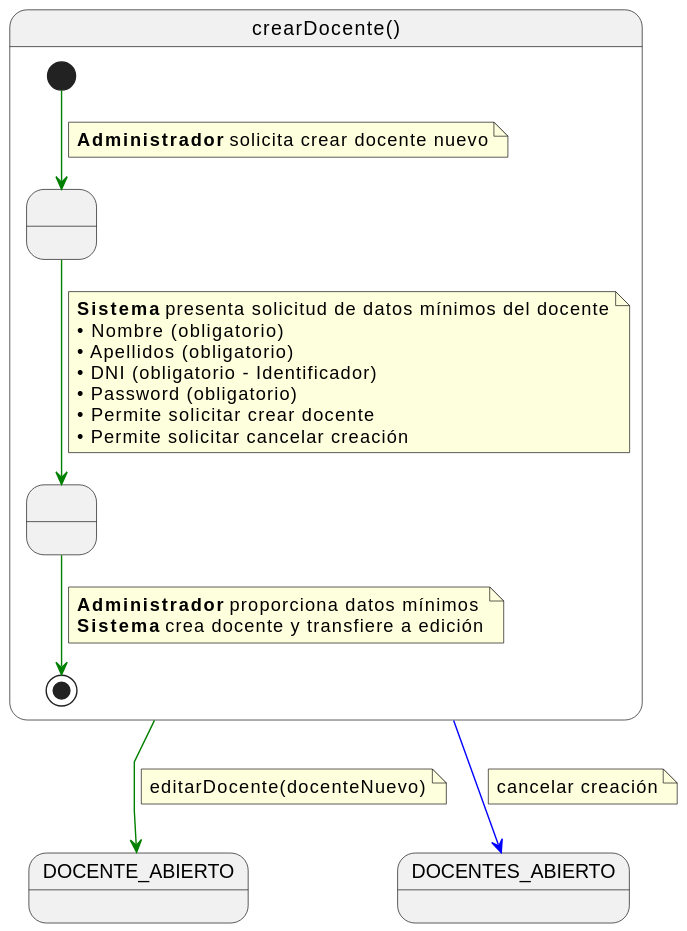
The PlantUML diagram documents/casos-de-uso/detalladoCasosDeUso/crearDocente/crearDocente.svg in martinlopez7/25-26-IdSw1-SdR, before a commit.
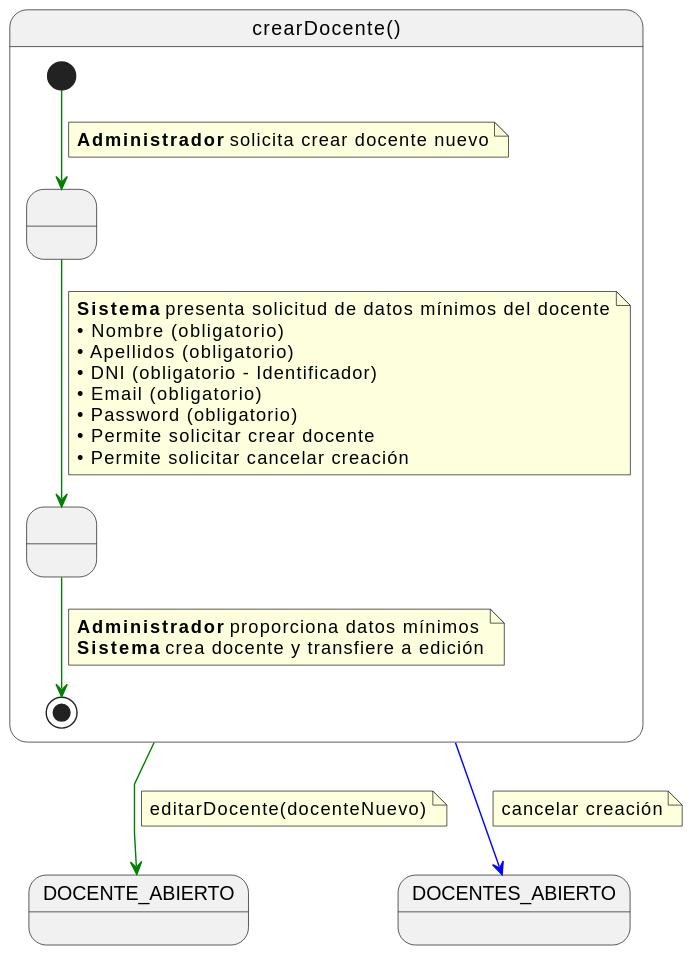
Later version of the same file.

What changed in the source:
```diff
@@ -17,6 +17,7 @@
     • Nombre (obligatorio)
     • Apellidos (obligatorio)
     • DNI (obligatorio - Identificador)
+    • Email (obligatorio)
     • Password (obligatorio)
     • Permite solicitar crear docente
     • Permite solicitar cancelar creación
```
